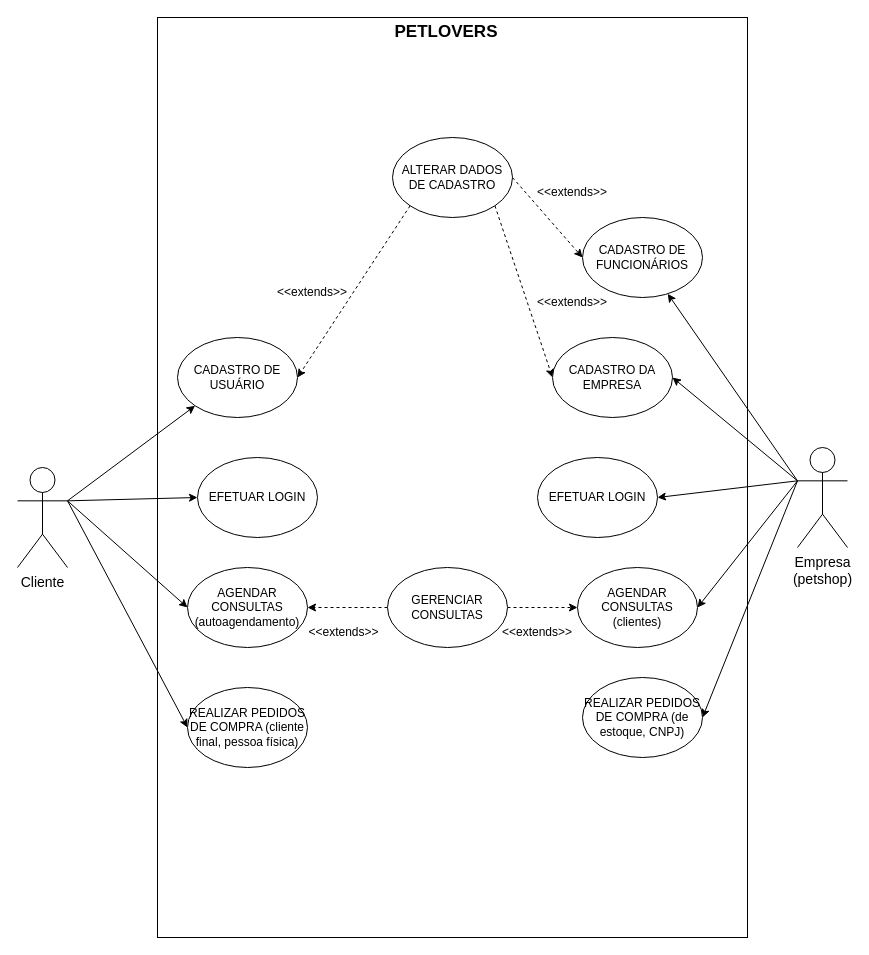
Earlier version of the draw.io diagram diagrams/use_case_diagram.drawio (MatheusFreitas98/PetLovers). Source tidied: cells renumbered, new cells numbered last; positions are measured from the earlier drawing's top-left corner, leaving out a move shared by most shapes. Both pictures are drawn from the tidied source at 100%, with x=0, y=0 at pixel (17, 17).
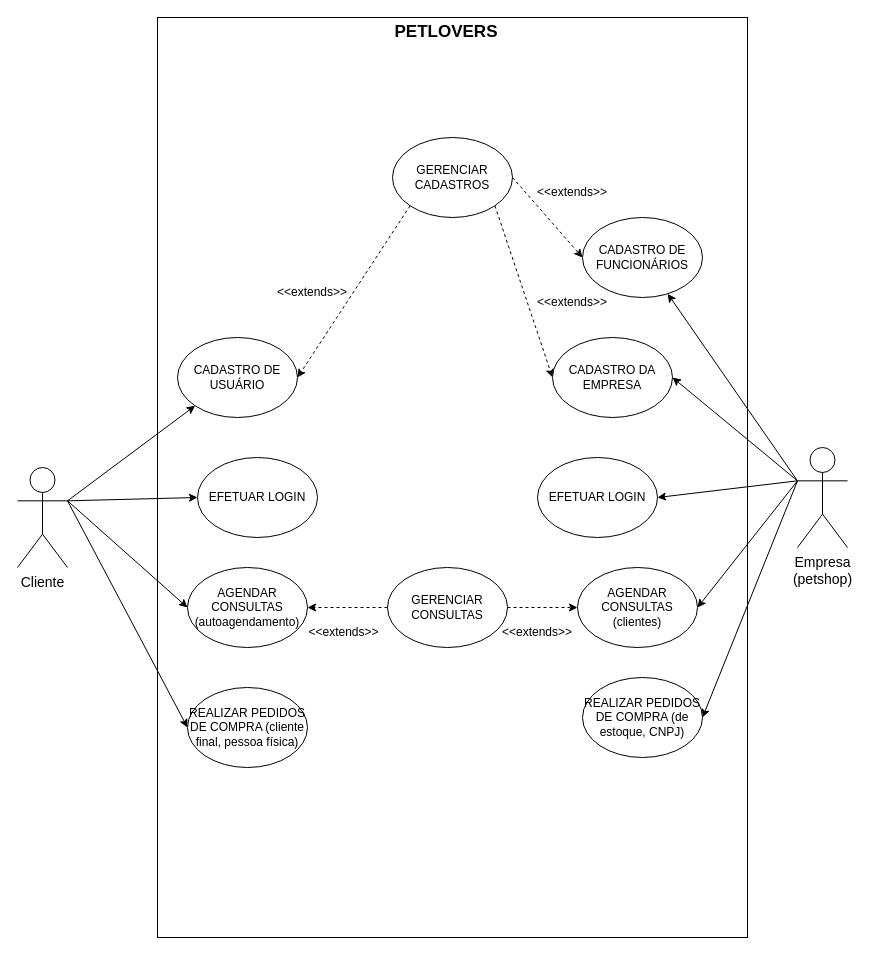
The same page after the edit.

Change to the diagram source:
```diff
@@
-    <mxCell id="14" value="ALTERAR DADOS DE CADASTRO" style="ellipse;whiteSpace=wrap;html=1;" parent="1" vertex="1">
+    <mxCell id="14" value="GERENCIAR CADASTROS" style="ellipse;whiteSpace=wrap;html=1;" parent="1" vertex="1">
       <mxGeometry x="375" y="120" width="120" height="80" as="geometry" />
     </mxCell>
```
